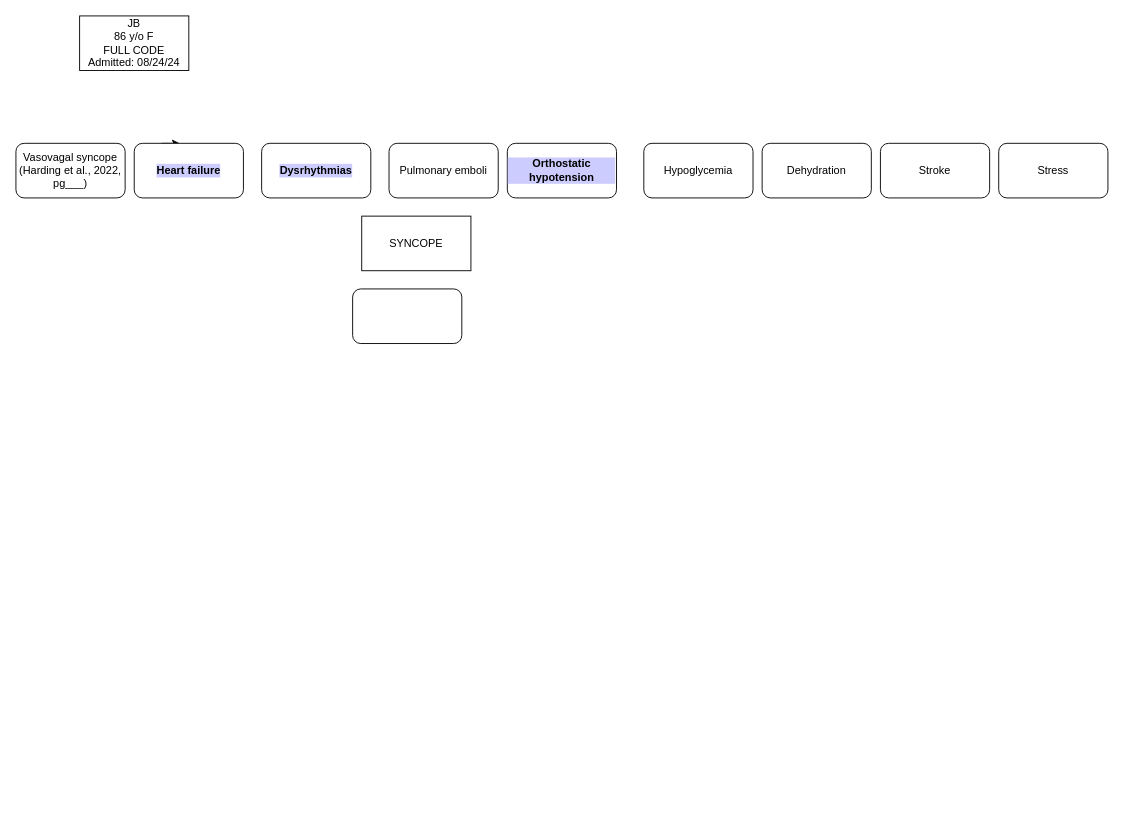
andreahpl/careplans keeps this draw.io diagram as Untitled Diagram.drawio. Above is the earlier version. Source tidied: cells renumbered, new cells numbered last; positions are measured from the earlier drawing's top-left corner, leaving out a move shared by most shapes. Both pictures are drawn from the tidied source at 91%, with x=0, y=0 at pixel (15, 15).
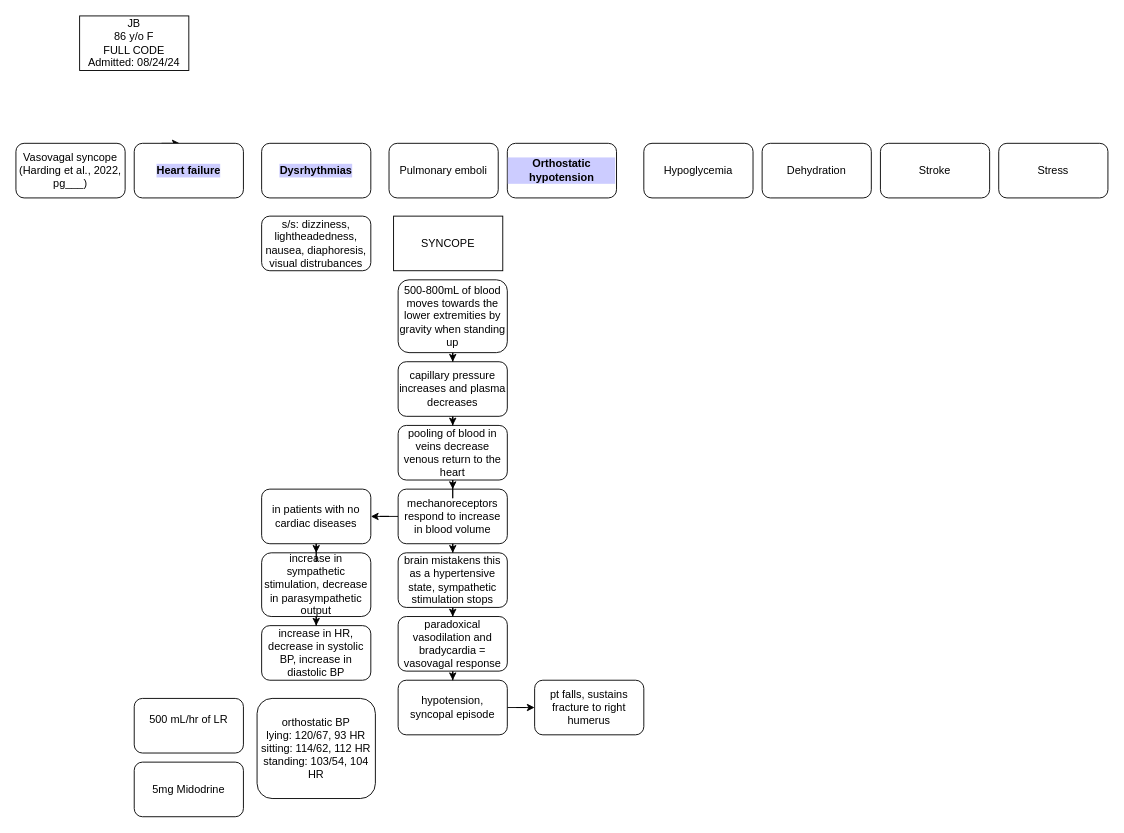
Above is the later version.

Diff of the diagram source:
```diff
@@
     <mxCell id="3" value="SYNCOPE" style="rounded=0;whiteSpace=wrap;html=1;" parent="1" vertex="1">
-      <mxGeometry x="380" y="220" width="120" height="60" as="geometry" />
+      <mxGeometry x="415" y="220" width="120" height="60" as="geometry" />
     </mxCell>
@@
+    <mxCell id="15" style="edgeStyle=orthogonalEdgeStyle;rounded=0;jettySize=auto;html=1;" parent="1" edge="1" source="14" target="17">
+      <mxGeometry relative="1" as="geometry" />
+    </mxCell>
-    <mxCell id="14" style="rounded=1;whiteSpace=wrap;html=1;" parent="1" vertex="1">
-      <mxGeometry x="370" y="300" width="120" height="60" as="geometry" />
+    <mxCell id="14" value="500-800mL of blood moves towards the lower extremities by gravity when standing up" style="rounded=1;whiteSpace=wrap;html=1;" parent="1" vertex="1">
+      <mxGeometry x="420" y="290" width="120" height="80" as="geometry" />
     </mxCell>
+    <mxCell id="16" style="edgeStyle=orthogonalEdgeStyle;rounded=0;jettySize=auto;html=1;" parent="1" edge="1" source="17" target="25">
+      <mxGeometry relative="1" as="geometry" />
+    </mxCell>
+    <mxCell id="17" value="capillary pressure increases and plasma decreases" style="whiteSpace=wrap;html=1;rounded=1;" parent="1" vertex="1">
+      <mxGeometry x="420" y="380" width="120" height="60" as="geometry" />
+    </mxCell>
+    <mxCell id="18" style="edgeStyle=orthogonalEdgeStyle;rounded=0;jettySize=auto;html=1;" parent="1" edge="1" source="19" target="20">
+      <mxGeometry relative="1" as="geometry" />
+    </mxCell>
+    <mxCell id="19" value="increase in sympathetic stimulation, decrease in parasympathetic output" style="whiteSpace=wrap;html=1;rounded=1;" parent="1" vertex="1">
+      <mxGeometry x="270" y="590" width="120" height="70" as="geometry" />
+    </mxCell>
+    <mxCell id="20" value="increase in HR, decrease in systolic BP, increase in diastolic BP" style="whiteSpace=wrap;html=1;rounded=1;" parent="1" vertex="1">
+      <mxGeometry x="270" y="670" width="120" height="60" as="geometry" />
+    </mxCell>
+    <mxCell id="21" style="edgeStyle=orthogonalEdgeStyle;rounded=0;jettySize=auto;html=1;" parent="1" edge="1" source="23" target="27">
+      <mxGeometry relative="1" as="geometry" />
+    </mxCell>
+    <mxCell id="22" style="edgeStyle=orthogonalEdgeStyle;rounded=0;jettySize=auto;html=1;" parent="1" edge="1" source="23" target="31">
+      <mxGeometry relative="1" as="geometry" />
+    </mxCell>
+    <mxCell id="23" value="mechanoreceptors respond to increase in blood volume" style="whiteSpace=wrap;html=1;rounded=1;" parent="1" vertex="1">
+      <mxGeometry x="420" y="520" width="120" height="60" as="geometry" />
+    </mxCell>
+    <mxCell id="24" style="edgeStyle=orthogonalEdgeStyle;rounded=0;jettySize=auto;html=1;" parent="1" edge="1" source="25" target="23">
+      <mxGeometry relative="1" as="geometry" />
+    </mxCell>
+    <mxCell id="25" value="pooling of blood in veins decrease venous return to the heart" style="whiteSpace=wrap;html=1;rounded=1;" parent="1" vertex="1">
+      <mxGeometry x="420" y="450" width="120" height="60" as="geometry" />
+    </mxCell>
+    <mxCell id="26" style="edgeStyle=orthogonalEdgeStyle;rounded=0;jettySize=auto;html=1;" parent="1" edge="1" source="27" target="29">
+      <mxGeometry relative="1" as="geometry" />
+    </mxCell>
+    <mxCell id="27" value="brain mistakens this as a hypertensive state, sympathetic stimulation stops" style="whiteSpace=wrap;html=1;rounded=1;" parent="1" vertex="1">
+      <mxGeometry x="420" y="590" width="120" height="60" as="geometry" />
+    </mxCell>
+    <mxCell id="28" style="edgeStyle=orthogonalEdgeStyle;rounded=0;jettySize=auto;html=1;" parent="1" edge="1" source="29" target="36">
+      <mxGeometry relative="1" as="geometry" />
+    </mxCell>
+    <mxCell id="29" value="paradoxical vasodilation and bradycardia = vasovagal response" style="whiteSpace=wrap;html=1;rounded=1;" parent="1" vertex="1">
+      <mxGeometry x="420" y="660" width="120" height="60" as="geometry" />
+    </mxCell>
+    <mxCell id="30" style="edgeStyle=orthogonalEdgeStyle;rounded=0;jettySize=auto;html=1;" parent="1" edge="1" source="31" target="19">
+      <mxGeometry relative="1" as="geometry" />
+    </mxCell>
+    <mxCell id="31" value="in patients with no cardiac diseases" style="rounded=1;whiteSpace=wrap;html=1;" parent="1" vertex="1">
+      <mxGeometry x="270" y="520" width="120" height="60" as="geometry" />
+    </mxCell>
+    <mxCell id="32" value="s/s: dizziness, lightheadedness, nausea, diaphoresis, visual distrubances" style="rounded=1;whiteSpace=wrap;html=1;" parent="1" vertex="1">
+      <mxGeometry x="270" y="220" width="120" height="60" as="geometry" />
+    </mxCell>
+    <mxCell id="33" value="orthostatic BP&lt;div&gt;lying: 120/67, 93 HR&lt;/div&gt;&lt;div&gt;sitting: 114/62, 112 HR&lt;/div&gt;&lt;div&gt;standing: 103/54, 104 HR&lt;/div&gt;" style="rounded=1;whiteSpace=wrap;html=1;" parent="1" vertex="1">
+      <mxGeometry x="265" y="750" width="130" height="110" as="geometry" />
+    </mxCell>
+    <mxCell id="34" value="500 mL/hr of LR&lt;div&gt;&lt;br&gt;&lt;/div&gt;" style="rounded=1;whiteSpace=wrap;html=1;" parent="1" vertex="1">
+      <mxGeometry x="130" y="750" width="120" height="60" as="geometry" />
+    </mxCell>
+    <mxCell id="35" style="edgeStyle=orthogonalEdgeStyle;rounded=0;jettySize=auto;html=1;" parent="1" edge="1" source="36" target="38">
+      <mxGeometry relative="1" as="geometry" />
+    </mxCell>
+    <mxCell id="36" value="hypotension, syncopal episode" style="whiteSpace=wrap;html=1;rounded=1;" parent="1" vertex="1">
+      <mxGeometry x="420" y="730" width="120" height="60" as="geometry" />
+    </mxCell>
+    <mxCell id="37" value="5mg Midodrine" style="rounded=1;whiteSpace=wrap;html=1;" parent="1" vertex="1">
+      <mxGeometry x="130" y="820" width="120" height="60" as="geometry" />
+    </mxCell>
+    <mxCell id="38" value="pt falls, sustains fracture to right humerus" style="rounded=1;whiteSpace=wrap;html=1;" parent="1" vertex="1">
+      <mxGeometry x="570" y="730" width="120" height="60" as="geometry" />
+    </mxCell>
```
